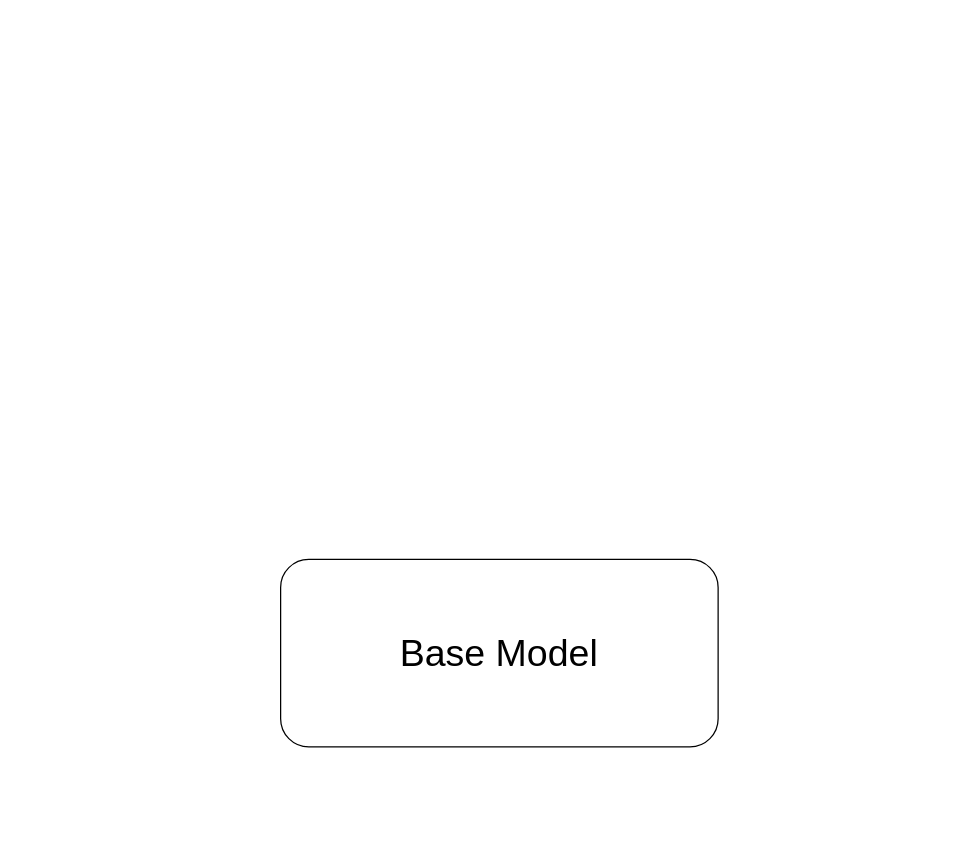
This is ConfidentialComputing/confAI-model.drawio from ya0guang/researches, a draw.io file, before an edit. Source tidied: cells renumbered, new cells numbered last; positions are measured from the earlier drawing's top-left corner, leaving out a move shared by most shapes. Both pictures are drawn from the tidied source at 125%, with x=0, y=0 at pixel (280, 559).
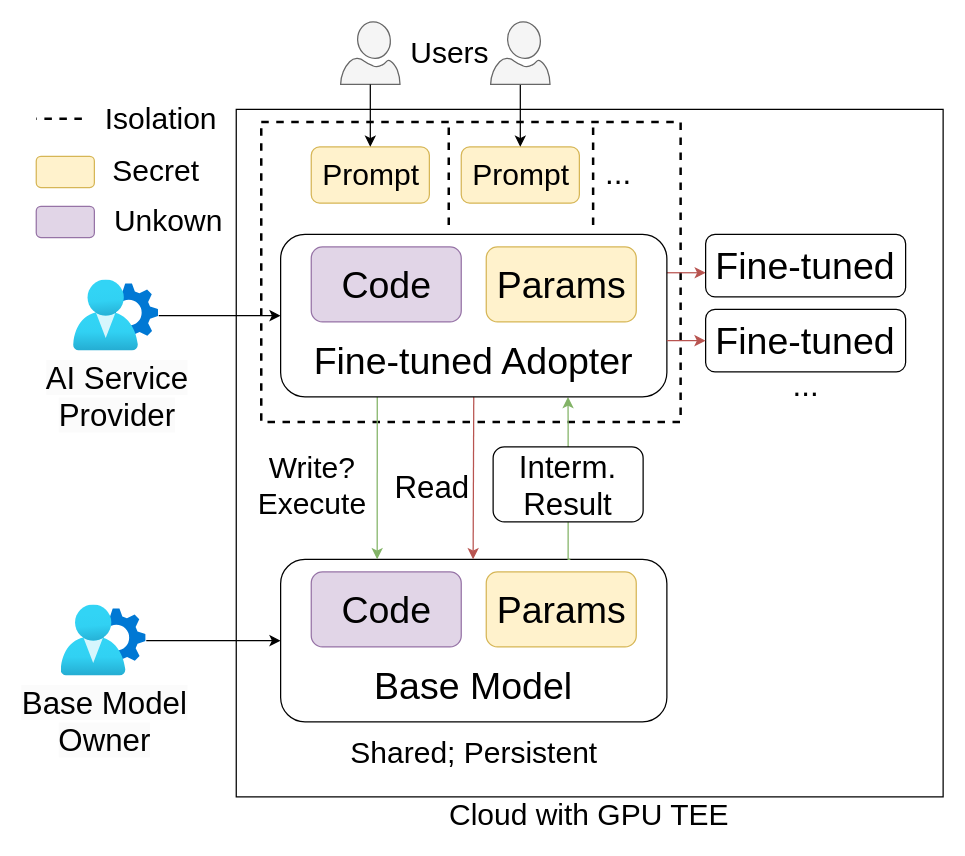
The same diagram, later.

The edit, as a diff of the source:
```diff
@@
+    <mxCell id="3" style="rounded=0;whiteSpace=wrap;html=1;fillColor=none;" parent="1" vertex="1">
+      <mxGeometry x="-35.5" y="-360" width="565.5" height="550" as="geometry" />
+    </mxCell>
+    <mxCell id="4" style="rounded=0;whiteSpace=wrap;html=1;fillColor=none;dashed=1;strokeWidth=2;" parent="1" vertex="1">
+      <mxGeometry x="-15.5" y="-350" width="335.5" height="240" as="geometry" />
+    </mxCell>
+    <mxCell id="5" style="edgeStyle=orthogonalEdgeStyle;rounded=0;jettySize=auto;html=1;entryX=0.744;entryY=1;entryDx=0;entryDy=0;exitX=0.5;exitY=0;exitDx=0;exitDy=0;entryPerimeter=0;fillColor=#d5e8d4;strokeColor=#82b366;" parent="1" edge="1" source="22" target="14">
+      <mxGeometry relative="1" as="geometry" />
+    </mxCell>
-    <mxCell id="2" value="&lt;font style=&quot;font-size: 30px;&quot;&gt;Base Model&lt;/font&gt;" style="rounded=1;whiteSpace=wrap;html=1;fillColor=none;" parent="1" vertex="1">
-      <mxGeometry width="350" height="150" as="geometry" />
+    <mxCell id="2" value="&lt;div&gt;&lt;font style=&quot;font-size: 30px;&quot;&gt;&lt;br&gt;&lt;/font&gt;&lt;/div&gt;&lt;font style=&quot;font-size: 30px;&quot;&gt;&lt;div&gt;&lt;font style=&quot;font-size: 30px;&quot;&gt;&lt;br&gt;&lt;/font&gt;&lt;/div&gt;Base Model&lt;/font&gt;" style="rounded=1;whiteSpace=wrap;html=1;fillColor=none;" parent="1" vertex="1">
+      <mxGeometry width="309" height="130" as="geometry" />
     </mxCell>
+    <mxCell id="6" value="&lt;font style=&quot;font-size: 30px;&quot;&gt;Code&lt;/font&gt;" style="rounded=1;whiteSpace=wrap;html=1;fillColor=#e1d5e7;strokeColor=#9673a6;" parent="1" vertex="1">
+      <mxGeometry x="24.5" y="10" width="120" height="60" as="geometry" />
+    </mxCell>
+    <mxCell id="7" value="&lt;font style=&quot;font-size: 30px;&quot;&gt;Params&lt;/font&gt;" style="rounded=1;whiteSpace=wrap;html=1;fillColor=#fff2cc;strokeColor=#d6b656;" parent="1" vertex="1">
+      <mxGeometry x="164.5" y="10" width="120" height="60" as="geometry" />
+    </mxCell>
+    <mxCell id="8" value="&lt;font style=&quot;font-size: 24px;&quot;&gt;Shared; Persistent&lt;/font&gt;" style="text;html=1;align=center;verticalAlign=middle;whiteSpace=wrap;rounded=0;" parent="1" vertex="1">
+      <mxGeometry x="9.5" y="140" width="290" height="30" as="geometry" />
+    </mxCell>
+    <mxCell id="9" style="edgeStyle=orthogonalEdgeStyle;rounded=0;jettySize=auto;html=1;entryX=0.25;entryY=0;entryDx=0;entryDy=0;exitX=0.25;exitY=1;exitDx=0;exitDy=0;fontColor=none;noLabel=1;fillColor=#d5e8d4;strokeColor=#82b366;" parent="1" edge="1" source="14" target="2">
+      <mxGeometry relative="1" as="geometry">
+        <Array as="points">
+          <mxPoint x="77" />
+        </Array>
+      </mxGeometry>
+    </mxCell>
+    <mxCell id="10" value="&lt;font style=&quot;font-size: 24px;&quot;&gt;Write?&lt;/font&gt;&lt;div&gt;&lt;span style=&quot;font-size: 24px;&quot;&gt;Execute&lt;/span&gt;&lt;/div&gt;" style="edgeLabel;html=1;align=center;verticalAlign=middle;labelBackgroundColor=none;" parent="9" vertex="1">
+      <mxGeometry x="-0.24" y="3" relative="1" as="geometry">
+        <mxPoint x="-56" y="21" as="offset" />
+      </mxGeometry>
+    </mxCell>
+    <mxCell id="11" style="edgeStyle=orthogonalEdgeStyle;rounded=0;jettySize=auto;html=1;entryX=0.75;entryY=0;entryDx=0;entryDy=0;exitX=0.5;exitY=1;exitDx=0;exitDy=0;fillColor=#f8cecc;strokeColor=#b85450;" parent="1" edge="1" source="14">
+      <mxGeometry relative="1" as="geometry">
+        <mxPoint x="154" as="targetPoint" />
+      </mxGeometry>
+    </mxCell>
+    <mxCell id="12" value="&lt;font style=&quot;font-size: 25px;&quot;&gt;Read&lt;/font&gt;" style="edgeLabel;html=1;align=center;verticalAlign=middle;labelBackgroundColor=none;" parent="11" vertex="1">
+      <mxGeometry x="-0.63" y="2" relative="1" as="geometry">
+        <mxPoint x="-36" y="46" as="offset" />
+      </mxGeometry>
+    </mxCell>
+    <mxCell id="13" style="edgeStyle=orthogonalEdgeStyle;rounded=0;jettySize=auto;html=1;entryX=0.001;entryY=0.614;entryDx=0;entryDy=0;entryPerimeter=0;fillColor=#f8cecc;strokeColor=#b85450;" parent="1" edge="1" source="14" target="18">
+      <mxGeometry relative="1" as="geometry">
+        <Array as="points">
+          <mxPoint x="340" y="-230" />
+        </Array>
+      </mxGeometry>
+    </mxCell>
+    <mxCell id="14" value="&lt;div&gt;&lt;font style=&quot;font-size: 30px;&quot;&gt;&lt;br&gt;&lt;/font&gt;&lt;/div&gt;&lt;font style=&quot;font-size: 30px;&quot;&gt;&lt;div&gt;&lt;font style=&quot;font-size: 30px;&quot;&gt;&lt;br&gt;&lt;/font&gt;&lt;/div&gt;Fine-tuned Adopter&lt;/font&gt;" style="rounded=1;whiteSpace=wrap;html=1;fillColor=none;" parent="1" vertex="1">
+      <mxGeometry y="-260" width="309" height="130" as="geometry" />
+    </mxCell>
+    <mxCell id="15" value="&lt;font style=&quot;font-size: 30px;&quot;&gt;Code&lt;/font&gt;" style="rounded=1;whiteSpace=wrap;html=1;fillColor=#e1d5e7;strokeColor=#9673a6;" parent="1" vertex="1">
+      <mxGeometry x="24.5" y="-250" width="120" height="60" as="geometry" />
+    </mxCell>
+    <mxCell id="16" value="&lt;font style=&quot;font-size: 30px;&quot;&gt;Params&lt;/font&gt;" style="rounded=1;whiteSpace=wrap;html=1;fillColor=#fff2cc;strokeColor=#d6b656;" parent="1" vertex="1">
+      <mxGeometry x="164.5" y="-250" width="120" height="60" as="geometry" />
+    </mxCell>
+    <mxCell id="17" value="&lt;font style=&quot;font-size: 25px;&quot;&gt;...&lt;/font&gt;" style="text;html=1;align=center;verticalAlign=middle;strokeColor=none;fillColor=none;fontSize=11;" parent="1" vertex="1">
+      <mxGeometry x="400" y="-160" width="40" height="40" as="geometry" />
+    </mxCell>
+    <mxCell id="18" value="&lt;div&gt;&lt;span style=&quot;background-color: initial; font-size: 30px;&quot;&gt;Fine-tuned&lt;/span&gt;&lt;br&gt;&lt;/div&gt;" style="rounded=1;whiteSpace=wrap;html=1;fillColor=none;" parent="1" vertex="1">
+      <mxGeometry x="340" y="-260" width="160" height="50" as="geometry" />
+    </mxCell>
+    <mxCell id="19" value="&lt;div&gt;&lt;span style=&quot;background-color: initial; font-size: 30px;&quot;&gt;Fine-tuned&lt;/span&gt;&lt;br&gt;&lt;/div&gt;" style="rounded=1;whiteSpace=wrap;html=1;fillColor=none;" parent="1" vertex="1">
+      <mxGeometry x="340" y="-200" width="160" height="50" as="geometry" />
+    </mxCell>
+    <mxCell id="20" style="edgeStyle=orthogonalEdgeStyle;rounded=0;jettySize=auto;html=1;entryX=0;entryY=0.5;entryDx=0;entryDy=0;fillColor=#f8cecc;strokeColor=#b85450;" parent="1" edge="1" target="19">
+      <mxGeometry relative="1" as="geometry">
+        <mxPoint x="309" y="-174.5" as="sourcePoint" />
+        <Array as="points">
+          <mxPoint x="340" y="-175" />
+        </Array>
+      </mxGeometry>
+    </mxCell>
+    <mxCell id="21" style="edgeStyle=orthogonalEdgeStyle;rounded=0;jettySize=auto;html=1;entryX=0.5;entryY=1;entryDx=0;entryDy=0;exitX=0.75;exitY=0;exitDx=0;exitDy=0;fillColor=#d5e8d4;strokeColor=#82b366;endArrow=none;endFill=0;" parent="1" edge="1" source="2" target="22">
+      <mxGeometry relative="1" as="geometry">
+        <Array as="points">
+          <mxPoint x="230" />
+        </Array>
+      </mxGeometry>
+    </mxCell>
+    <mxCell id="22" value="&lt;font style=&quot;font-size: 25px;&quot;&gt;Interm.&lt;br&gt;Result&lt;/font&gt;" style="rounded=1;whiteSpace=wrap;html=1;fillColor=none;" parent="1" vertex="1">
+      <mxGeometry x="170" y="-90" width="120" height="60" as="geometry" />
+    </mxCell>
+    <mxCell id="23" value="&lt;font style=&quot;font-size: 24px;&quot;&gt;Prompt&lt;/font&gt;" style="rounded=1;whiteSpace=wrap;html=1;fillColor=#fff2cc;strokeColor=#d6b656;" parent="1" vertex="1">
+      <mxGeometry x="24.5" y="-330" width="94.5" height="45" as="geometry" />
+    </mxCell>
+    <mxCell id="24" value="&lt;font style=&quot;font-size: 24px;&quot;&gt;Prompt&lt;/font&gt;" style="rounded=1;whiteSpace=wrap;html=1;fillColor=#fff2cc;strokeColor=#d6b656;" parent="1" vertex="1">
+      <mxGeometry x="144.5" y="-330" width="94.5" height="45" as="geometry" />
+    </mxCell>
+    <mxCell id="25" value="&lt;font style=&quot;font-size: 25px;&quot;&gt;...&lt;/font&gt;" style="text;html=1;align=center;verticalAlign=middle;strokeColor=none;fillColor=none;fontSize=11;" parent="1" vertex="1">
+      <mxGeometry x="250" y="-330" width="40" height="40" as="geometry" />
+    </mxCell>
+    <mxCell id="26" style="edgeStyle=orthogonalEdgeStyle;rounded=0;jettySize=auto;html=1;" parent="1" edge="1" source="27" target="24">
+      <mxGeometry relative="1" as="geometry" />
+    </mxCell>
+    <mxCell id="27" style="verticalLabelPosition=bottom;html=1;verticalAlign=top;align=center;strokeColor=#666666;fillColor=#f5f5f5;shape=mxgraph.azure.user;fontColor=#333333;" parent="1" vertex="1">
+      <mxGeometry x="168" y="-430" width="47.5" height="50" as="geometry" />
+    </mxCell>
+    <mxCell id="28" style="verticalLabelPosition=bottom;html=1;verticalAlign=top;align=center;strokeColor=#666666;fillColor=#f5f5f5;shape=mxgraph.azure.user;fontColor=#333333;" parent="1" vertex="1">
+      <mxGeometry x="48" y="-430" width="47.5" height="50" as="geometry" />
+    </mxCell>
+    <mxCell id="29" style="edgeStyle=orthogonalEdgeStyle;rounded=0;jettySize=auto;html=1;" parent="1" edge="1" source="28" target="23">
+      <mxGeometry relative="1" as="geometry" />
+    </mxCell>
+    <mxCell id="30" value="&lt;font style=&quot;font-size: 24px;&quot;&gt;Users&lt;/font&gt;" style="text;html=1;align=center;verticalAlign=middle;strokeColor=none;fillColor=none;" parent="1" vertex="1">
+      <mxGeometry x="90" y="-425" width="90" height="40" as="geometry" />
+    </mxCell>
+    <mxCell id="31" style="edgeStyle=orthogonalEdgeStyle;rounded=0;jettySize=auto;html=1;entryX=0;entryY=0.5;entryDx=0;entryDy=0;" parent="1" edge="1" source="32" target="14">
+      <mxGeometry relative="1" as="geometry" />
+    </mxCell>
+    <mxCell id="32" value="&lt;span style=&quot;font-size: 25px; background-color: rgb(251, 251, 251);&quot;&gt;AI Service&lt;/span&gt;&lt;br style=&quot;font-size: 25px; background-color: rgb(251, 251, 251);&quot;&gt;&lt;span style=&quot;font-size: 25px; background-color: rgb(251, 251, 251);&quot;&gt;Provider&lt;/span&gt;" style="image;html=1;points=[];align=center;fontSize=12;image=img/lib/azure2/identity/User_Settings.svg;" parent="1" vertex="1">
+      <mxGeometry x="-165.5" y="-223.5" width="68" height="56.9" as="geometry" />
+    </mxCell>
+    <mxCell id="33" style="edgeStyle=orthogonalEdgeStyle;rounded=0;jettySize=auto;html=1;" parent="1" edge="1" source="34" target="2">
+      <mxGeometry relative="1" as="geometry" />
+    </mxCell>
+    <mxCell id="34" value="&lt;span style=&quot;font-size: 25px; background-color: rgb(251, 251, 251);&quot;&gt;Base Model&lt;br&gt;Owner&lt;/span&gt;" style="image;html=1;points=[];align=center;fontSize=12;image=img/lib/azure2/identity/User_Settings.svg;" parent="1" vertex="1">
+      <mxGeometry x="-175.5" y="36.5" width="68" height="56.9" as="geometry" />
+    </mxCell>
+    <mxCell id="35" style="endArrow=none;dashed=1;html=1;strokeWidth=2;rounded=0;" parent="1" edge="1">
+      <mxGeometry relative="1" as="geometry">
+        <mxPoint x="134.5" y="-267.5" as="sourcePoint" />
+        <mxPoint x="134.5" y="-347.5" as="targetPoint" />
+      </mxGeometry>
+    </mxCell>
+    <mxCell id="36" style="endArrow=none;dashed=1;html=1;strokeWidth=2;rounded=0;" parent="1" edge="1">
+      <mxGeometry relative="1" as="geometry">
+        <mxPoint x="250" y="-267.5" as="sourcePoint" />
+        <mxPoint x="250" y="-347.5" as="targetPoint" />
+      </mxGeometry>
+    </mxCell>
+    <mxCell id="37" style="endArrow=none;dashed=1;html=1;strokeWidth=2;rounded=0;" parent="1" edge="1">
+      <mxGeometry relative="1" as="geometry">
+        <mxPoint x="-159" y="-352.5" as="sourcePoint" />
+        <mxPoint x="-195.5" y="-352.5" as="targetPoint" />
+      </mxGeometry>
+    </mxCell>
+    <mxCell id="38" value="&lt;font style=&quot;font-size: 24px;&quot;&gt;Isolation&lt;/font&gt;" style="edgeLabel;html=1;align=center;verticalAlign=middle;" parent="37" vertex="1">
+      <mxGeometry x="0.07" y="-3" relative="1" as="geometry">
+        <mxPoint x="82" y="3" as="offset" />
+      </mxGeometry>
+    </mxCell>
+    <mxCell id="39" style="rounded=1;whiteSpace=wrap;html=1;fillColor=#fff2cc;strokeColor=#d6b656;" parent="1" vertex="1">
+      <mxGeometry x="-195.5" y="-322.5" width="46.5" height="25" as="geometry" />
+    </mxCell>
+    <mxCell id="40" value="&lt;span style=&quot;font-size: 24px;&quot;&gt;Secret&lt;/span&gt;" style="text;html=1;align=center;verticalAlign=middle;strokeColor=none;fillColor=none;labelBackgroundColor=none;" parent="1" vertex="1">
+      <mxGeometry x="-145.5" y="-330" width="90" height="40" as="geometry" />
+    </mxCell>
+    <mxCell id="41" style="rounded=1;whiteSpace=wrap;html=1;fillColor=#e1d5e7;strokeColor=#9673a6;" parent="1" vertex="1">
+      <mxGeometry x="-195.5" y="-282.5" width="46.5" height="25" as="geometry" />
+    </mxCell>
+    <mxCell id="42" value="&lt;span style=&quot;font-size: 24px;&quot;&gt;Unkown&lt;/span&gt;" style="text;html=1;align=center;verticalAlign=middle;strokeColor=none;fillColor=none;labelBackgroundColor=none;" parent="1" vertex="1">
+      <mxGeometry x="-145.5" y="-290" width="110" height="40" as="geometry" />
+    </mxCell>
+    <mxCell id="43" value="&lt;font style=&quot;font-size: 24px;&quot;&gt;Cloud with GPU TEE&lt;/font&gt;" style="text;html=1;align=center;verticalAlign=middle;whiteSpace=wrap;rounded=0;" parent="1" vertex="1">
+      <mxGeometry x="102.2" y="190" width="290" height="30" as="geometry" />
+    </mxCell>
```
